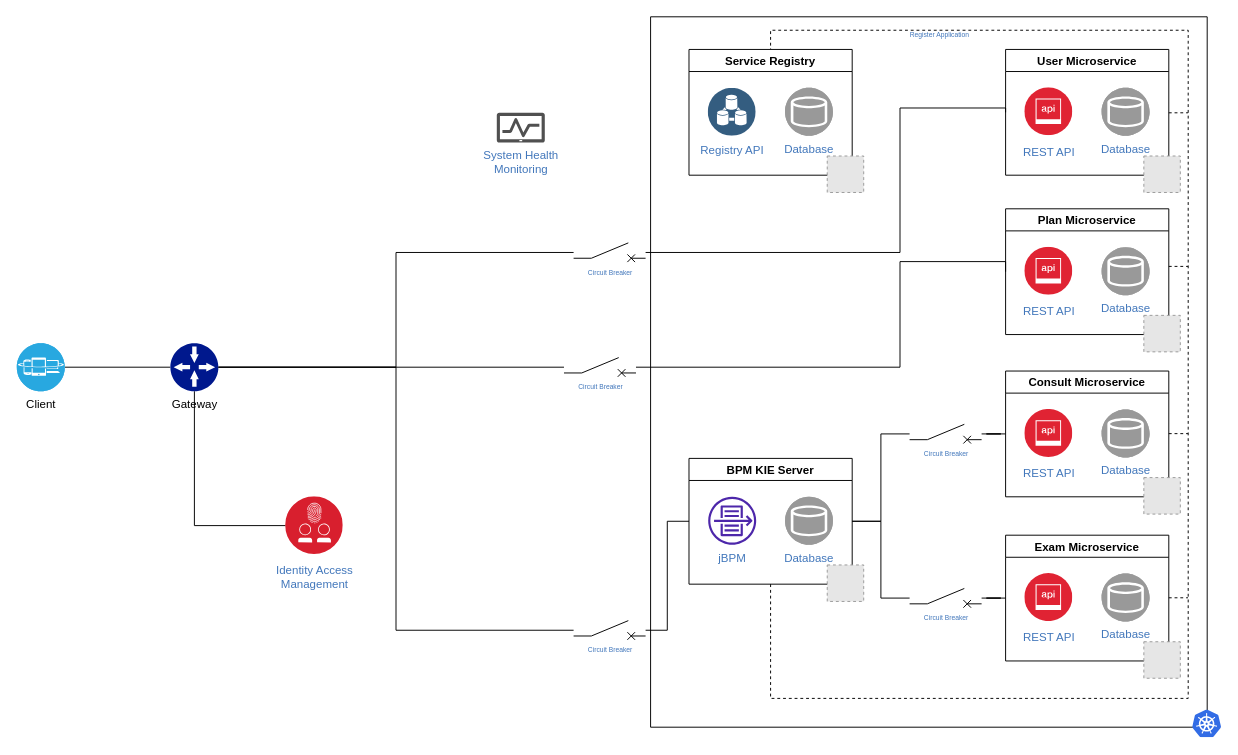
kikoluiss/tcc-puc keeps this draw.io diagram as page "ComponentesGeral" (2 of 2) of Macroarquitetura.drawio. Above is the earlier version. Source tidied: cells renumbered, new cells numbered last; positions are measured from the earlier drawing's top-left corner, leaving out a move shared by most shapes. Both pictures are drawn from the tidied source at 96%, with x=0, y=0 at pixel (16, 16). Pictures stored in the file or linked from it are replaced by grey dashed boxes.
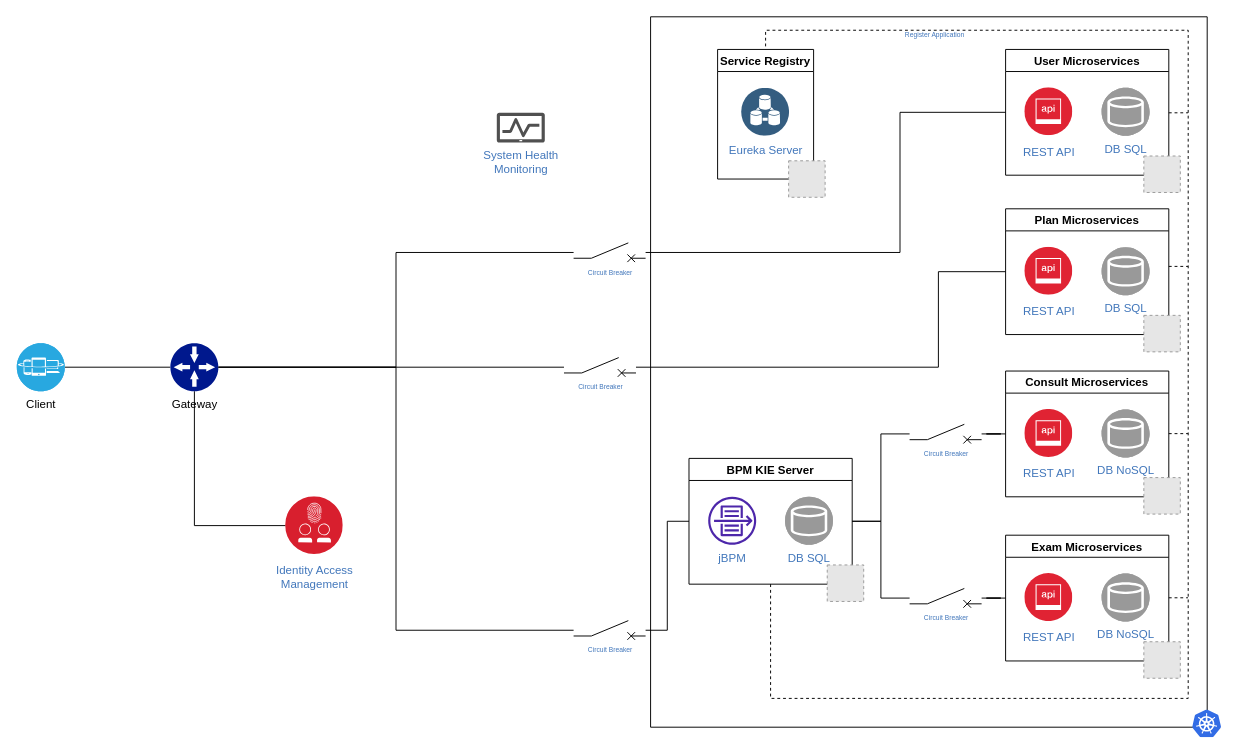
Above is the later version.

The change refers to these unchanged cells:
```xml
<mxCell id="8" style="swimlane;startSize=0;" parent="1" vertex="1">
  <mxGeometry x="660.2" width="579.8" height="740" as="geometry" />
</mxCell>
<mxCell id="16" value="BPM KIE Server" style="swimlane;" parent="8" vertex="1">
  <mxGeometry x="40" y="460" width="170" height="131" as="geometry" />
</mxCell>
<mxCell id="50" value="Circuit Breaker" style="verticalLabelPosition=bottom;shadow=0;dashed=0;align=center;html=1;verticalAlign=top;shape=mxgraph.electrical.electro-mechanical.circuit_breaker;fontSize=7;fontColor=#4277BB;" parent="1" vertex="1">
  <mxGeometry x="580" y="235.5" width="75" height="20" as="geometry" />
</mxCell>
<mxCell id="52" value="Circuit Breaker" style="verticalLabelPosition=bottom;shadow=0;dashed=0;align=center;html=1;verticalAlign=top;shape=mxgraph.electrical.electro-mechanical.circuit_breaker;fontSize=7;fontColor=#4277BB;" parent="1" vertex="1">
  <mxGeometry x="570" y="355" width="75" height="20" as="geometry" />
</mxCell>
```

Change to the diagram source:
```diff
@@
-    <mxCell id="9" value="User Microservice" style="swimlane;" parent="8" vertex="1">
+    <mxCell id="9" value="User Microservices" style="swimlane;" parent="8" vertex="1">
       <mxGeometry x="369.8" y="34" width="170" height="131" as="geometry" />
     </mxCell>
@@
-    <mxCell id="11" value="&lt;font color=&quot;#4277bb&quot;&gt;Database&lt;/font&gt;" style="fillColor=#999999;verticalLabelPosition=bottom;sketch=0;html=1;strokeColor=#ffffff;verticalAlign=top;align=center;shape=mxgraph.cisco_safe.compositeIcon;bgIcon=ellipse;resIcon=mxgraph.cisco_safe.capability.database;" parent="9" vertex="1">
+    <mxCell id="11" value="&lt;font color=&quot;#4277bb&quot;&gt;DB SQL&lt;/font&gt;" style="fillColor=#999999;verticalLabelPosition=bottom;sketch=0;html=1;strokeColor=#ffffff;verticalAlign=top;align=center;shape=mxgraph.cisco_safe.compositeIcon;bgIcon=ellipse;resIcon=mxgraph.cisco_safe.capability.database;" parent="9" vertex="1">
       <mxGeometry x="100" y="40" width="50" height="50" as="geometry" />
     </mxCell>
@@
     <mxCell id="15" value="Register Application" style="edgeStyle=orthogonalEdgeStyle;rounded=0;jettySize=auto;html=1;exitX=0.5;exitY=1;exitDx=0;exitDy=0;entryX=0.5;entryY=0;entryDx=0;entryDy=0;fontSize=7;fontColor=#4277BB;endArrow=none;endFill=0;dashed=1;" parent="8" edge="1" source="16" target="36">
       <mxGeometry x="0.77" y="6" relative="1" as="geometry">
         <Array as="points">
           <mxPoint x="125" y="710" />
           <mxPoint x="560" y="710" />
           <mxPoint x="560" y="14" />
-          <mxPoint x="125" y="14" />
+          <mxPoint x="120" y="14" />
         </Array>
       </mxGeometry>
     </mxCell>
@@
-    <mxCell id="17" value="&lt;font color=&quot;#4277bb&quot;&gt;Database&lt;/font&gt;" style="fillColor=#999999;verticalLabelPosition=bottom;sketch=0;html=1;strokeColor=#ffffff;verticalAlign=top;align=center;shape=mxgraph.cisco_safe.compositeIcon;bgIcon=ellipse;resIcon=mxgraph.cisco_safe.capability.database;" parent="16" vertex="1">
+    <mxCell id="17" value="&lt;font color=&quot;#4277bb&quot;&gt;DB SQL&lt;/font&gt;" style="fillColor=#999999;verticalLabelPosition=bottom;sketch=0;html=1;strokeColor=#ffffff;verticalAlign=top;align=center;shape=mxgraph.cisco_safe.compositeIcon;bgIcon=ellipse;resIcon=mxgraph.cisco_safe.capability.database;" parent="16" vertex="1">
       <mxGeometry x="100" y="40" width="50" height="50" as="geometry" />
     </mxCell>
@@
-    <mxCell id="20" value="Plan Microservice" style="swimlane;" parent="8" vertex="1">
+    <mxCell id="20" value="Plan Microservices" style="swimlane;" parent="8" vertex="1">
       <mxGeometry x="369.8" y="200" width="170" height="131" as="geometry" />
     </mxCell>
@@
-    <mxCell id="22" value="&lt;font color=&quot;#4277bb&quot;&gt;Database&lt;/font&gt;" style="fillColor=#999999;verticalLabelPosition=bottom;sketch=0;html=1;strokeColor=#ffffff;verticalAlign=top;align=center;shape=mxgraph.cisco_safe.compositeIcon;bgIcon=ellipse;resIcon=mxgraph.cisco_safe.capability.database;" parent="20" vertex="1">
+    <mxCell id="22" value="&lt;font color=&quot;#4277bb&quot;&gt;DB SQL&lt;/font&gt;" style="fillColor=#999999;verticalLabelPosition=bottom;sketch=0;html=1;strokeColor=#ffffff;verticalAlign=top;align=center;shape=mxgraph.cisco_safe.compositeIcon;bgIcon=ellipse;resIcon=mxgraph.cisco_safe.capability.database;" parent="20" vertex="1">
       <mxGeometry x="100" y="40" width="50" height="50" as="geometry" />
     </mxCell>
@@
-    <mxCell id="24" value="Consult Microservice" style="swimlane;" parent="8" vertex="1">
+    <mxCell id="24" value="Consult Microservices" style="swimlane;" parent="8" vertex="1">
       <mxGeometry x="369.8" y="369" width="170" height="131" as="geometry" />
     </mxCell>
@@
-    <mxCell id="26" value="&lt;font color=&quot;#4277bb&quot;&gt;Database&lt;/font&gt;" style="fillColor=#999999;verticalLabelPosition=bottom;sketch=0;html=1;strokeColor=#ffffff;verticalAlign=top;align=center;shape=mxgraph.cisco_safe.compositeIcon;bgIcon=ellipse;resIcon=mxgraph.cisco_safe.capability.database;" parent="24" vertex="1">
+    <mxCell id="26" value="&lt;font color=&quot;#4277bb&quot;&gt;DB NoSQL&lt;/font&gt;" style="fillColor=#999999;verticalLabelPosition=bottom;sketch=0;html=1;strokeColor=#ffffff;verticalAlign=top;align=center;shape=mxgraph.cisco_safe.compositeIcon;bgIcon=ellipse;resIcon=mxgraph.cisco_safe.capability.database;" parent="24" vertex="1">
       <mxGeometry x="100" y="40" width="50" height="50" as="geometry" />
     </mxCell>
@@
-    <mxCell id="28" value="Exam Microservice" style="swimlane;" parent="8" vertex="1">
+    <mxCell id="28" value="Exam Microservices" style="swimlane;" parent="8" vertex="1">
       <mxGeometry x="369.8" y="540" width="170" height="131" as="geometry" />
     </mxCell>
@@
-    <mxCell id="30" value="&lt;font color=&quot;#4277bb&quot;&gt;Database&lt;/font&gt;" style="fillColor=#999999;verticalLabelPosition=bottom;sketch=0;html=1;strokeColor=#ffffff;verticalAlign=top;align=center;shape=mxgraph.cisco_safe.compositeIcon;bgIcon=ellipse;resIcon=mxgraph.cisco_safe.capability.database;" parent="28" vertex="1">
+    <mxCell id="30" value="&lt;font color=&quot;#4277bb&quot;&gt;DB NoSQL&lt;/font&gt;" style="fillColor=#999999;verticalLabelPosition=bottom;sketch=0;html=1;strokeColor=#ffffff;verticalAlign=top;align=center;shape=mxgraph.cisco_safe.compositeIcon;bgIcon=ellipse;resIcon=mxgraph.cisco_safe.capability.database;" parent="28" vertex="1">
       <mxGeometry x="100" y="40" width="50" height="50" as="geometry" />
     </mxCell>
@@
     <mxCell id="36" value="Service Registry" style="swimlane;" parent="8" vertex="1">
-      <mxGeometry x="40" y="34" width="170" height="131" as="geometry" />
+      <mxGeometry x="69.8" y="34" width="100" height="135" as="geometry" />
     </mxCell>
-    <mxCell id="37" value="&lt;font color=&quot;#4277bb&quot;&gt;Database&lt;/font&gt;" style="fillColor=#999999;verticalLabelPosition=bottom;sketch=0;html=1;strokeColor=#ffffff;verticalAlign=top;align=center;shape=mxgraph.cisco_safe.compositeIcon;bgIcon=ellipse;resIcon=mxgraph.cisco_safe.capability.database;" parent="36" vertex="1">
-      <mxGeometry x="100" y="40" width="50" height="50" as="geometry" />
-    </mxCell>
+    <mxCell id="39" value="Eureka Server" style="perimeter=ellipsePerimeter;html=1;align=center;shadow=0;dashed=0;fontColor=#4277BB;labelBackgroundColor=#ffffff;fontSize=12;spacingTop=0;image;image=img/lib/ibm/data/device_registry.svg;" parent="36" vertex="1">
+      <mxGeometry x="25" y="40.5" width="50" height="50" as="geometry" />
+    </mxCell>
     <mxCell id="38" style="fillColor=#E6E6E6;strokeColor=#999999;dashed=1;html=1;verticalAlign=top;verticalLabelPosition=bottom;labelBackgroundColor=#ffffff;" parent="36" vertex="1">
-      <mxGeometry x="144" y="111" width="38" height="38" as="geometry" />
+      <mxGeometry x="74" y="116" width="38" height="38" as="geometry" />
     </mxCell>
-    <mxCell id="39" value="Registry API" style="perimeter=ellipsePerimeter;html=1;align=center;shadow=0;dashed=0;fontColor=#4277BB;labelBackgroundColor=#ffffff;fontSize=12;spacingTop=0;image;image=img/lib/ibm/data/device_registry.svg;" parent="36" vertex="1">
-      <mxGeometry x="20" y="40.5" width="50" height="50" as="geometry" />
-    </mxCell>
@@
     <mxCell id="51" style="edgeStyle=orthogonalEdgeStyle;rounded=0;jettySize=auto;html=1;fontSize=7;fontColor=#4277BB;endArrow=none;endFill=0;entryX=0;entryY=0.5;entryDx=0;entryDy=0;startArrow=none;" parent="1" edge="1" source="50" target="9">
       <mxGeometry relative="1" as="geometry">
         <Array as="points">
           <mxPoint x="920" y="245" />
-          <mxPoint x="920" y="95" />
+          <mxPoint x="920" y="99" />
         </Array>
       </mxGeometry>
     </mxCell>
@@
     <mxCell id="53" style="edgeStyle=orthogonalEdgeStyle;rounded=0;jettySize=auto;html=1;exitX=1;exitY=0.5;exitDx=0;exitDy=0;exitPerimeter=0;entryX=0;entryY=0.5;entryDx=0;entryDy=0;fontSize=7;fontColor=#4277BB;endArrow=none;endFill=0;startArrow=none;" parent="1" edge="1" source="52" target="20">
       <mxGeometry relative="1" as="geometry">
         <Array as="points">
-          <mxPoint x="920" y="365" />
-          <mxPoint x="920" y="255" />
-          <mxPoint x="1030" y="255" />
+          <mxPoint x="960" y="365" />
+          <mxPoint x="960" y="266" />
         </Array>
       </mxGeometry>
     </mxCell>
```
